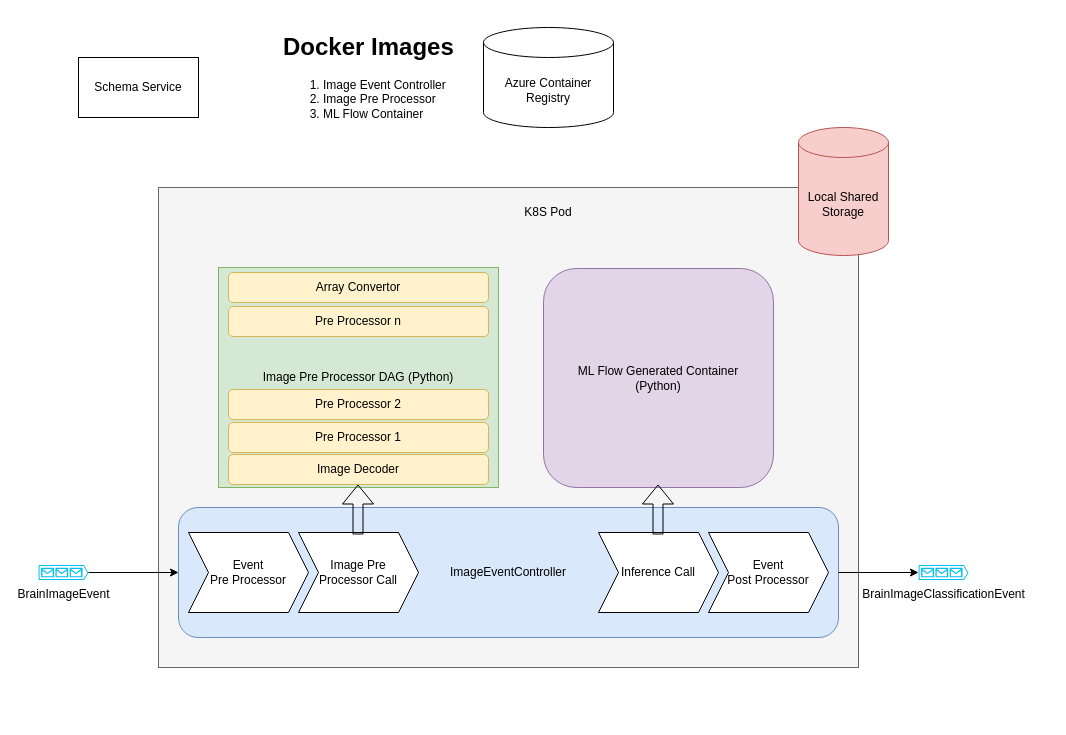
Earlier version of the draw.io diagram page "Image Model Deployment" (7 of 9) of docs/diagram/ml.drawio (brain-os/brain-proto). Source tidied: cells renumbered, new cells numbered last; positions are measured from the earlier drawing's top-left corner, leaving out a move shared by most shapes. Both pictures are drawn from the tidied source at 100%, with x=0, y=0 at pixel (38, 27).
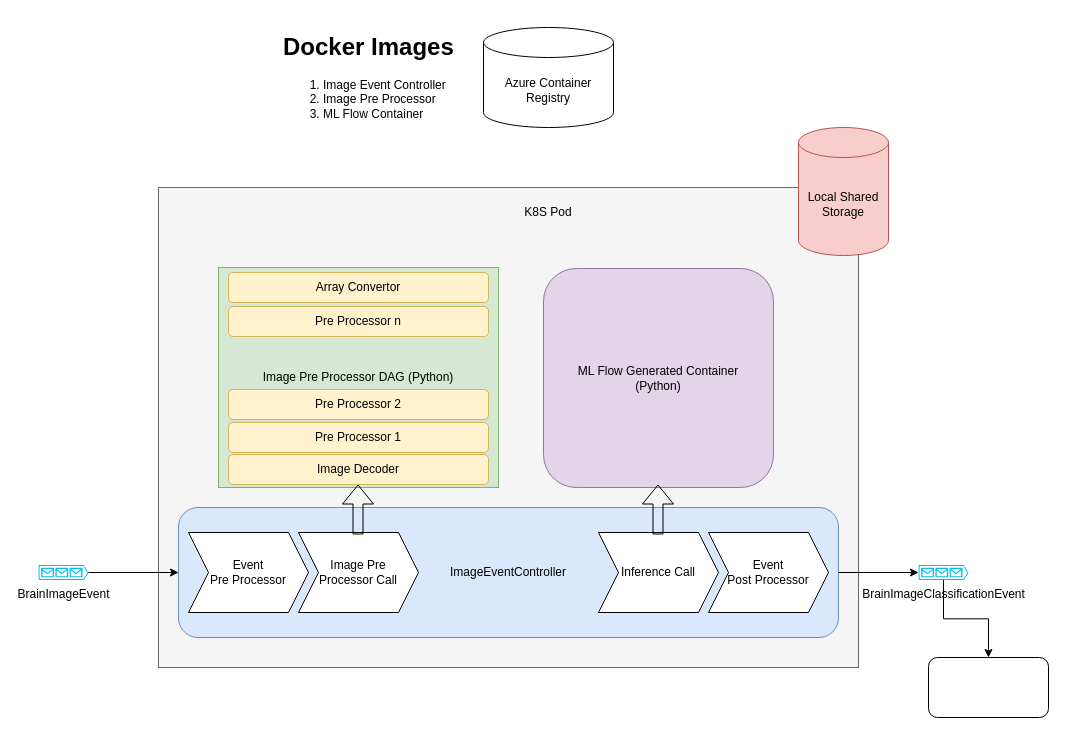
The same diagram, later.

Unchanged cells that the change refers to:
```xml
<mxCell id="3" value="BrainImageClassificationEvent" style="verticalLabelPosition=bottom;html=1;verticalAlign=top;align=center;strokeColor=none;fillColor=#00BEF2;shape=mxgraph.azure.queue_generic;" parent="1" vertex="1">
  <mxGeometry x="880" y="537.5" width="50" height="15" as="geometry" />
</mxCell>
```

Change to the diagram source:
```diff
@@
+    <mxCell id="26" style="edgeStyle=orthogonalEdgeStyle;rounded=0;jettySize=auto;html=1;" parent="1" edge="1" source="3" target="27">
+      <mxGeometry relative="1" as="geometry" />
+    </mxCell>
@@
-    <mxCell id="25" value="Schema Service" style="rounded=0;whiteSpace=wrap;html=1;" parent="1" vertex="1">
-      <mxGeometry x="40" y="30" width="120" height="60" as="geometry" />
-    </mxCell>
+    <mxCell id="27" style="rounded=1;whiteSpace=wrap;html=1;" parent="1" vertex="1">
+      <mxGeometry x="890" y="630" width="120" height="60" as="geometry" />
+    </mxCell>
```
